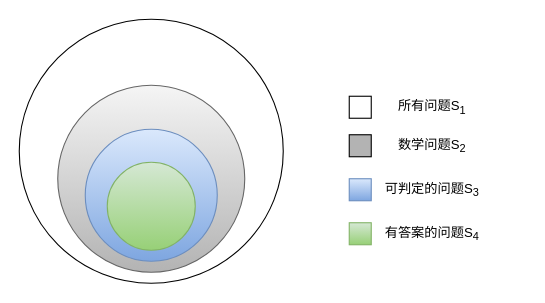
This is 画图.drawio from weligood/git-demo, a draw.io file, before an edit. Source tidied: cells renumbered, new cells numbered last; positions are measured from the earlier drawing's top-left corner, leaving out a move shared by most shapes. Both pictures are drawn from the tidied source at 110%, with x=0, y=0 at pixel (19, 19).
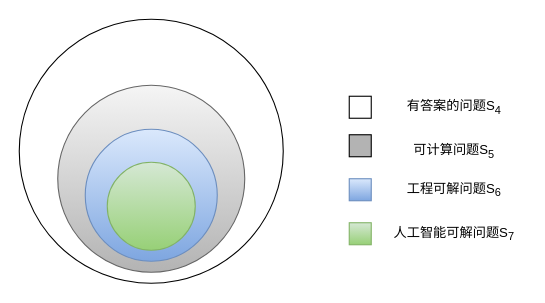
After the change.

What changed in the source:
```diff
@@
 <mxGraphModel>
   <root>
     <mxCell id="0" />
     <mxCell id="1" parent="0" />
     <mxCell id="2" style="ellipse;whiteSpace=wrap;html=1;" parent="1" vertex="1">
       <mxGeometry width="240" height="240" as="geometry" />
     </mxCell>
-    <mxCell id="3" style="ellipse;whiteSpace=wrap;html=1;fillColor=#f5f5f5;strokeColor=#666666;gradientColor=#b3b3b3;" parent="1" vertex="1">
-      <mxGeometry x="35" y="60" width="170" height="170" as="geometry" />
-    </mxCell>
+    <mxCell id="14" style="ellipse;whiteSpace=wrap;html=1;fillColor=#f5f5f5;strokeColor=#666666;gradientColor=#b3b3b3;shadow=0;" parent="1" vertex="1">
+      <mxGeometry x="35" y="60" width="170" height="170" as="geometry" />
+    </mxCell>
     <mxCell id="4" style="ellipse;whiteSpace=wrap;html=1;fillColor=#dae8fc;strokeColor=#6c8ebf;gradientColor=#7ea6e0;" parent="1" vertex="1">
       <mxGeometry x="60" y="100" width="120" height="120" as="geometry" />
     </mxCell>
     <mxCell id="5" style="ellipse;whiteSpace=wrap;html=1;fillColor=#d5e8d4;strokeColor=#82b366;gradientColor=#97d077;" parent="1" vertex="1">
       <mxGeometry x="80" y="130" width="80" height="80" as="geometry" />
     </mxCell>
     <mxCell id="6" style="whiteSpace=wrap;html=1;" parent="1" vertex="1">
       <mxGeometry x="300" y="70" width="20" height="20" as="geometry" />
     </mxCell>
-    <mxCell id="7" value="所有问题S&lt;sub&gt;1&lt;/sub&gt;" style="text;html=1;align=center;verticalAlign=middle;strokeColor=none;fillColor=none;" parent="1" vertex="1">
-      <mxGeometry x="330" y="65" width="90" height="30" as="geometry" />
-    </mxCell>
+    <mxCell id="13" value="有答案的问题S&lt;sub&gt;4&lt;/sub&gt;" style="text;html=1;align=center;verticalAlign=middle;strokeColor=none;fillColor=none;" parent="1" vertex="1">
+      <mxGeometry x="340" y="65" width="110" height="30" as="geometry" />
+    </mxCell>
     <mxCell id="8" style="whiteSpace=wrap;html=1;fillColor=#B3B3B3;" parent="1" vertex="1">
       <mxGeometry x="300" y="105" width="20" height="20" as="geometry" />
     </mxCell>
-    <mxCell id="9" value="数学问题S&lt;sub&gt;2&lt;/sub&gt;" style="text;html=1;align=center;verticalAlign=middle;strokeColor=none;fillColor=none;" parent="1" vertex="1">
-      <mxGeometry x="330" y="100" width="90" height="30" as="geometry" />
-    </mxCell>
+    <mxCell id="15" value="可计算问题S&lt;sub&gt;5&lt;/sub&gt;" style="text;html=1;align=center;verticalAlign=middle;strokeColor=none;fillColor=none;" parent="1" vertex="1">
+      <mxGeometry x="345" y="105" width="100" height="30" as="geometry" />
+    </mxCell>
     <mxCell id="10" style="whiteSpace=wrap;html=1;fillColor=#dae8fc;gradientColor=#7ea6e0;strokeColor=#6c8ebf;" parent="1" vertex="1">
       <mxGeometry x="300" y="145" width="20" height="20" as="geometry" />
     </mxCell>
-    <mxCell id="11" value="可判定的问题S&lt;sub&gt;3&lt;/sub&gt;" style="text;html=1;align=center;verticalAlign=middle;strokeColor=none;fillColor=none;" parent="1" vertex="1">
-      <mxGeometry x="320" y="140" width="110" height="30" as="geometry" />
-    </mxCell>
+    <mxCell id="16" value="工程可解问题S&lt;sub&gt;6&lt;/sub&gt;" style="text;html=1;align=center;verticalAlign=middle;strokeColor=none;fillColor=none;" parent="1" vertex="1">
+      <mxGeometry x="340" y="140" width="110" height="30" as="geometry" />
+    </mxCell>
     <mxCell id="12" style="whiteSpace=wrap;html=1;fillColor=#d5e8d4;gradientColor=#97d077;strokeColor=#82b366;" parent="1" vertex="1">
       <mxGeometry x="300" y="185" width="20" height="20" as="geometry" />
     </mxCell>
-    <mxCell id="13" value="有答案的问题S&lt;sub&gt;4&lt;/sub&gt;" style="text;html=1;align=center;verticalAlign=middle;strokeColor=none;fillColor=none;" parent="1" vertex="1">
-      <mxGeometry x="320" y="180" width="110" height="30" as="geometry" />
-    </mxCell>
+    <mxCell id="17" value="人工智能可解问题S&lt;sub&gt;7&lt;/sub&gt;" style="text;html=1;align=center;verticalAlign=middle;strokeColor=none;fillColor=none;" parent="1" vertex="1">
+      <mxGeometry x="330" y="180" width="130" height="30" as="geometry" />
+    </mxCell>
   </root>
 </mxGraphModel>
```
